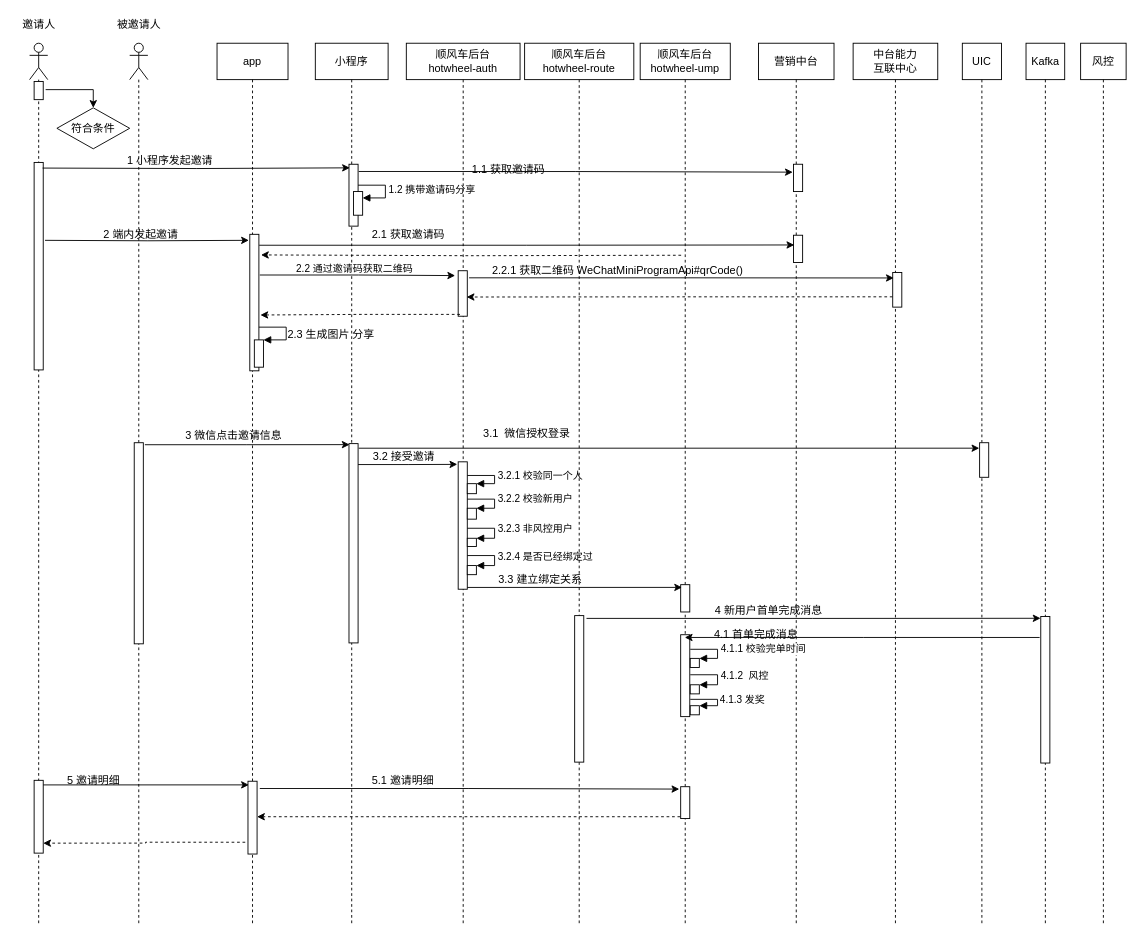
Before: page "乘客拉新活动邀请2.11" (15 of 16) of Untitled Diagram.drawio in liufuchen88/test2, a draw.io diagram. Source tidied: cells renumbered, new cells numbered last; positions are measured from the earlier drawing's top-left corner, leaving out a move shared by most shapes. Both pictures are drawn from the tidied source at 91%, with x=0, y=0 at pixel (15, 15).
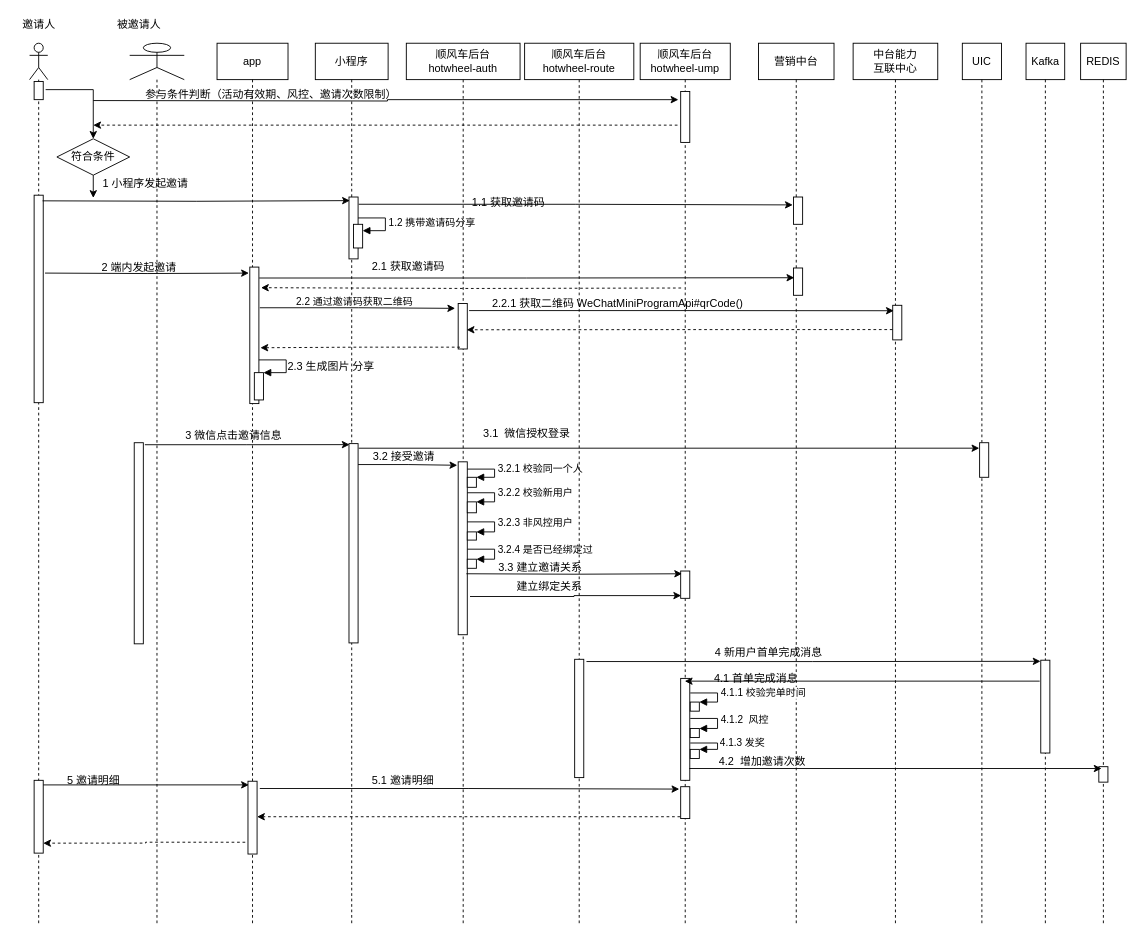
Above is the later version.

The change refers to these unchanged cells:
```xml
<mxCell id="2" style="shape=umlLifeline;participant=umlActor;perimeter=lifelinePerimeter;whiteSpace=wrap;html=1;verticalAlign=top;spacingTop=36;" parent="1" vertex="1">
  <mxGeometry x="15" y="30" width="20" height="970" as="geometry" />
</mxCell>
<mxCell id="10" value="app" style="shape=umlLifeline;perimeter=lifelinePerimeter;whiteSpace=wrap;html=1;" parent="1" vertex="1">
  <mxGeometry x="221" y="30" width="78" height="970" as="geometry" />
</mxCell>
<mxCell id="15" value="小程序" style="shape=umlLifeline;perimeter=lifelinePerimeter;whiteSpace=wrap;html=1;" parent="1" vertex="1">
  <mxGeometry x="329" y="30" width="80" height="970" as="geometry" />
</mxCell>
<mxCell id="21" value="顺风车后台&lt;br&gt;hotwheel-auth" style="shape=umlLifeline;perimeter=lifelinePerimeter;whiteSpace=wrap;html=1;" parent="1" vertex="1">
  <mxGeometry x="429" y="30" width="125" height="970" as="geometry" />
</mxCell>
<mxCell id="32" value="顺风车后台&lt;br&gt;hotwheel-route" style="shape=umlLifeline;perimeter=lifelinePerimeter;whiteSpace=wrap;html=1;" parent="1" vertex="1">
  <mxGeometry x="559" y="30" width="120" height="970" as="geometry" />
</mxCell>
<mxCell id="34" value="营销中台" style="shape=umlLifeline;perimeter=lifelinePerimeter;whiteSpace=wrap;html=1;" parent="1" vertex="1">
  <mxGeometry x="816" y="30" width="83" height="970" as="geometry" />
</mxCell>
<mxCell id="37" value="中台能力&lt;br&gt;互联中心" style="shape=umlLifeline;perimeter=lifelinePerimeter;whiteSpace=wrap;html=1;" parent="1" vertex="1">
  <mxGeometry x="920" y="30" width="93" height="970" as="geometry" />
</mxCell>
<mxCell id="41" value="Kafka" style="shape=umlLifeline;perimeter=lifelinePerimeter;whiteSpace=wrap;html=1;" parent="1" vertex="1">
  <mxGeometry x="1110" y="30" width="42.5" height="970" as="geometry" />
</mxCell>
<mxCell id="67" value="顺风车后台&lt;br&gt;hotwheel-ump" style="shape=umlLifeline;perimeter=lifelinePerimeter;whiteSpace=wrap;html=1;" parent="1" vertex="1">
  <mxGeometry x="686" y="30" width="99" height="970" as="geometry" />
</mxCell>
```

What changed in the source:
```diff
@@
     <mxCell id="3" style="html=1;perimeter=orthogonalPerimeter;" parent="2" vertex="1">
-      <mxGeometry x="5" y="131" width="10" height="228" as="geometry" />
+      <mxGeometry x="5" y="167" width="10" height="228" as="geometry" />
     </mxCell>
@@
     <mxCell id="7" style="shape=umlLifeline;participant=umlActor;perimeter=lifelinePerimeter;whiteSpace=wrap;html=1;verticalAlign=top;spacingTop=36;" parent="1" vertex="1">
-      <mxGeometry x="125" y="30" width="20" height="970" as="geometry" />
+      <mxGeometry x="125" y="30" width="60" height="970" as="geometry" />
     </mxCell>
@@
+    <mxCell id="49" value="2 端内发起邀请" style="text;html=1;align=center;verticalAlign=middle;strokeColor=none;fillColor=none;" parent="7" vertex="1">
+      <mxGeometry x="-40" y="237" width="100" height="20" as="geometry" />
+    </mxCell>
@@
     <mxCell id="11" style="html=1;points=[];perimeter=orthogonalPerimeter;" parent="10" vertex="1">
-      <mxGeometry x="36" y="210" width="10" height="150" as="geometry" />
+      <mxGeometry x="36" y="246" width="10" height="150" as="geometry" />
     </mxCell>
     <mxCell id="12" style="html=1;points=[];perimeter=orthogonalPerimeter;" parent="10" vertex="1">
-      <mxGeometry x="41" y="326" width="10" height="30" as="geometry" />
+      <mxGeometry x="41" y="362" width="10" height="30" as="geometry" />
     </mxCell>
     <mxCell id="13" style="edgeStyle=orthogonalEdgeStyle;html=1;align=left;spacingLeft=2;endArrow=block;rounded=0;entryX=1;entryY=0;" parent="10" edge="1" target="12">
       <mxGeometry relative="1" as="geometry">
-        <mxPoint x="46" y="312" as="sourcePoint" />
+        <mxPoint x="46" y="348" as="sourcePoint" />
         <Array as="points">
-          <mxPoint x="76" y="312" />
+          <mxPoint x="76" y="348" />
         </Array>
       </mxGeometry>
     </mxCell>
@@
     <mxCell id="16" style="html=1;points=[];perimeter=orthogonalPerimeter;" parent="15" vertex="1">
-      <mxGeometry x="37" y="133" width="10" height="68" as="geometry" />
+      <mxGeometry x="37" y="169" width="10" height="68" as="geometry" />
     </mxCell>
     <mxCell id="17" style="html=1;perimeter=orthogonalPerimeter;" parent="15" vertex="1">
-      <mxGeometry x="42" y="163" width="10" height="26" as="geometry" />
+      <mxGeometry x="42" y="199" width="10" height="26" as="geometry" />
     </mxCell>
     <mxCell id="18" value="1.2 携带邀请码分享" style="edgeStyle=orthogonalEdgeStyle;html=1;align=left;spacingLeft=2;endArrow=block;rounded=0;entryX=1;entryY=0;" parent="15" edge="1">
       <mxGeometry relative="1" as="geometry">
-        <mxPoint x="47" y="156" as="sourcePoint" />
-        <mxPoint x="52" y="170" as="targetPoint" />
+        <mxPoint x="47" y="192" as="sourcePoint" />
+        <mxPoint x="52" y="206" as="targetPoint" />
         <Array as="points">
-          <mxPoint x="77" y="156" />
+          <mxPoint x="77" y="192" />
         </Array>
       </mxGeometry>
     </mxCell>
     <mxCell id="19" value="2.3 生成图片 分享" style="text;html=1;align=center;verticalAlign=middle;strokeColor=none;fillColor=none;" parent="15" vertex="1">
-      <mxGeometry x="-38" y="310" width="110" height="20" as="geometry" />
+      <mxGeometry x="-38" y="346" width="110" height="20" as="geometry" />
     </mxCell>
@@
     <mxCell id="22" style="html=1;points=[];perimeter=orthogonalPerimeter;" parent="21" vertex="1">
-      <mxGeometry x="57" y="250" width="10" height="50" as="geometry" />
+      <mxGeometry x="57" y="286" width="10" height="50" as="geometry" />
     </mxCell>
     <mxCell id="23" style="html=1;points=[];perimeter=orthogonalPerimeter;" parent="21" vertex="1">
-      <mxGeometry x="57" y="460" width="10" height="140" as="geometry" />
+      <mxGeometry x="57" y="460" width="10" height="190" as="geometry" />
     </mxCell>
     <mxCell id="24" style="html=1;points=[];perimeter=orthogonalPerimeter;" parent="21" vertex="1">
-      <mxGeometry x="67" y="484" width="10" height="11" as="geometry" />
+      <mxGeometry x="67" y="477" width="10" height="11" as="geometry" />
     </mxCell>
     <mxCell id="25" value="3.2.1 校验同一个人" style="edgeStyle=orthogonalEdgeStyle;html=1;align=left;spacingLeft=2;endArrow=block;rounded=0;entryX=1;entryY=0;" parent="21" edge="1" target="24">
       <mxGeometry relative="1" as="geometry">
-        <mxPoint x="67" y="475" as="sourcePoint" />
+        <mxPoint x="67" y="468" as="sourcePoint" />
         <Array as="points">
-          <mxPoint x="97" y="475" />
+          <mxPoint x="97" y="468" />
         </Array>
       </mxGeometry>
     </mxCell>
     <mxCell id="26" style="html=1;points=[];perimeter=orthogonalPerimeter;" parent="21" vertex="1">
-      <mxGeometry x="67" y="511" width="10" height="12" as="geometry" />
+      <mxGeometry x="67" y="504" width="10" height="12" as="geometry" />
     </mxCell>
     <mxCell id="27" value="3.2.2 校验新用户" style="edgeStyle=orthogonalEdgeStyle;html=1;align=left;spacingLeft=2;endArrow=block;rounded=0;entryX=1;entryY=0;" parent="21" edge="1" target="26">
       <mxGeometry relative="1" as="geometry">
-        <mxPoint x="67" y="501" as="sourcePoint" />
+        <mxPoint x="67" y="494" as="sourcePoint" />
         <Array as="points">
-          <mxPoint x="97" y="501" />
+          <mxPoint x="97" y="494" />
         </Array>
       </mxGeometry>
     </mxCell>
     <mxCell id="28" style="html=1;points=[];perimeter=orthogonalPerimeter;" parent="21" vertex="1">
-      <mxGeometry x="67" y="544" width="10" height="9" as="geometry" />
+      <mxGeometry x="67" y="537" width="10" height="9" as="geometry" />
     </mxCell>
     <mxCell id="29" value="3.2.3 非风控用户" style="edgeStyle=orthogonalEdgeStyle;html=1;align=left;spacingLeft=2;endArrow=block;rounded=0;entryX=1;entryY=0;" parent="21" edge="1" target="28">
       <mxGeometry relative="1" as="geometry">
-        <mxPoint x="67" y="533" as="sourcePoint" />
+        <mxPoint x="67" y="526" as="sourcePoint" />
         <Array as="points">
-          <mxPoint x="97" y="533" />
+          <mxPoint x="97" y="526" />
         </Array>
       </mxGeometry>
     </mxCell>
     <mxCell id="30" style="html=1;points=[];perimeter=orthogonalPerimeter;" parent="21" vertex="1">
-      <mxGeometry x="67" y="574" width="10" height="10" as="geometry" />
+      <mxGeometry x="67" y="567" width="10" height="10" as="geometry" />
     </mxCell>
     <mxCell id="31" value="3.2.4 是否已经绑定过" style="edgeStyle=orthogonalEdgeStyle;html=1;align=left;spacingLeft=2;endArrow=block;rounded=0;entryX=1;entryY=0;" parent="21" edge="1" target="30">
       <mxGeometry relative="1" as="geometry">
-        <mxPoint x="67" y="563" as="sourcePoint" />
+        <mxPoint x="67" y="556" as="sourcePoint" />
         <Array as="points">
-          <mxPoint x="97" y="563" />
+          <mxPoint x="97" y="556" />
         </Array>
       </mxGeometry>
     </mxCell>
@@
     <mxCell id="33" style="html=1;points=[];perimeter=orthogonalPerimeter;" parent="32" vertex="1">
-      <mxGeometry x="55" y="629" width="10" height="161" as="geometry" />
+      <mxGeometry x="55" y="677" width="10" height="130" as="geometry" />
     </mxCell>
+    <mxCell id="74" value="3.3 建立邀请关系" style="text;html=1;align=center;verticalAlign=middle;strokeColor=none;fillColor=none;" parent="32" vertex="1">
+      <mxGeometry x="-38" y="567" width="110" height="20" as="geometry" />
+    </mxCell>
+    <mxCell id="89" value="&amp;nbsp; &amp;nbsp; &amp;nbsp; 建立绑定关系" style="text;html=1;align=center;verticalAlign=middle;strokeColor=none;fillColor=none;" parent="32" vertex="1">
+      <mxGeometry x="-38" y="587" width="110" height="20" as="geometry" />
+    </mxCell>
@@
     <mxCell id="35" style="html=1;points=[];perimeter=orthogonalPerimeter;" parent="34" vertex="1">
-      <mxGeometry x="38.5" y="133" width="10" height="30" as="geometry" />
+      <mxGeometry x="38.5" y="169" width="10" height="30" as="geometry" />
     </mxCell>
     <mxCell id="36" style="html=1;points=[];perimeter=orthogonalPerimeter;" parent="34" vertex="1">
-      <mxGeometry x="38.5" y="211" width="10" height="30" as="geometry" />
+      <mxGeometry x="38.5" y="247" width="10" height="30" as="geometry" />
     </mxCell>
+    <mxCell id="76" value="4 新用户首单完成消息" style="text;html=1;align=center;verticalAlign=middle;strokeColor=none;fillColor=none;" parent="34" vertex="1">
+      <mxGeometry x="-54" y="660" width="130" height="20" as="geometry" />
+    </mxCell>
@@
     <mxCell id="38" style="html=1;points=[];perimeter=orthogonalPerimeter;" parent="37" vertex="1">
-      <mxGeometry x="43.5" y="252" width="10" height="38" as="geometry" />
+      <mxGeometry x="43.5" y="288" width="10" height="38" as="geometry" />
     </mxCell>
@@
     <mxCell id="42" style="html=1;points=[];perimeter=orthogonalPerimeter;" parent="41" vertex="1">
-      <mxGeometry x="16.2" y="630" width="10" height="161" as="geometry" />
+      <mxGeometry x="16.2" y="678" width="10" height="102" as="geometry" />
     </mxCell>
-    <mxCell id="43" value="风控" style="shape=umlLifeline;perimeter=lifelinePerimeter;whiteSpace=wrap;html=1;" parent="1" vertex="1">
+    <mxCell id="43" value="REDIS" style="shape=umlLifeline;perimeter=lifelinePerimeter;whiteSpace=wrap;html=1;" parent="1" vertex="1">
       <mxGeometry x="1170" y="30" width="50" height="970" as="geometry" />
     </mxCell>
+    <mxCell id="90" style="html=1;points=[];perimeter=orthogonalPerimeter;" parent="43" vertex="1">
+      <mxGeometry x="20" y="795" width="10" height="17" as="geometry" />
+    </mxCell>
     <mxCell id="44" style="edgeStyle=orthogonalEdgeStyle;rounded=0;jettySize=auto;html=1;entryX=0.1;entryY=0.058;entryDx=0;entryDy=0;entryPerimeter=0;exitX=0.933;exitY=0.023;exitDx=0;exitDy=0;exitPerimeter=0;" parent="1" edge="1" target="16">
       <mxGeometry relative="1" as="geometry">
-        <mxPoint x="29.3" y="167.2" as="sourcePoint" />
+        <mxPoint x="29.3" y="203.2" as="sourcePoint" />
       </mxGeometry>
     </mxCell>
@@
     <mxCell id="46" value="1 小程序发起邀请" style="text;html=1;align=center;verticalAlign=middle;strokeColor=none;fillColor=none;" parent="1" vertex="1">
-      <mxGeometry x="114" y="149" width="110" height="20" as="geometry" />
+      <mxGeometry x="87" y="175" width="110" height="20" as="geometry" />
     </mxCell>
     <mxCell id="47" value="1.1 获取邀请码" style="text;html=1;align=center;verticalAlign=middle;strokeColor=none;fillColor=none;" parent="1" vertex="1">
-      <mxGeometry x="491" y="159" width="100" height="20" as="geometry" />
+      <mxGeometry x="491" y="195" width="100" height="20" as="geometry" />
     </mxCell>
     <mxCell id="48" style="edgeStyle=orthogonalEdgeStyle;rounded=0;jettySize=auto;html=1;entryX=-0.1;entryY=0.044;entryDx=0;entryDy=0;entryPerimeter=0;exitX=1.2;exitY=0.371;exitDx=0;exitDy=0;exitPerimeter=0;" parent="1" edge="1" target="11">
       <mxGeometry relative="1" as="geometry">
-        <mxPoint x="32" y="246.6" as="sourcePoint" />
+        <mxPoint x="32" y="282.6" as="sourcePoint" />
       </mxGeometry>
     </mxCell>
-    <mxCell id="49" value="2 端内发起邀请" style="text;html=1;align=center;verticalAlign=middle;strokeColor=none;fillColor=none;" parent="1" vertex="1">
-      <mxGeometry x="87" y="230" width="100" height="20" as="geometry" />
-    </mxCell>
@@
     <mxCell id="51" value="2.1 获取邀请码" style="text;html=1;align=center;verticalAlign=middle;strokeColor=none;fillColor=none;" parent="1" vertex="1">
-      <mxGeometry x="381" y="230" width="100" height="20" as="geometry" />
+      <mxGeometry x="381" y="266" width="100" height="20" as="geometry" />
     </mxCell>
     <mxCell id="52" style="edgeStyle=orthogonalEdgeStyle;rounded=0;jettySize=auto;html=1;entryX=1.233;entryY=0.151;entryDx=0;entryDy=0;entryPerimeter=0;dashed=1;" parent="1" edge="1" target="11">
       <mxGeometry relative="1" as="geometry">
-        <mxPoint x="731" y="263" as="sourcePoint" />
+        <mxPoint x="731" y="299" as="sourcePoint" />
       </mxGeometry>
     </mxCell>
@@
     <mxCell id="54" value="&lt;span style=&quot;font-size: 11px ; background-color: rgb(255 , 255 , 255)&quot;&gt;2.2 通过邀请码获取二维码&lt;/span&gt;" style="text;html=1;align=center;verticalAlign=middle;strokeColor=none;fillColor=none;" parent="1" vertex="1">
-      <mxGeometry x="292" y="268" width="160" height="20" as="geometry" />
+      <mxGeometry x="292" y="304" width="160" height="20" as="geometry" />
     </mxCell>
@@
     <mxCell id="57" value="2.2.1 获取二维码 WeChatMiniProgramApi#qrCode()" style="text;html=1;align=center;verticalAlign=middle;strokeColor=none;fillColor=none;" parent="1" vertex="1">
-      <mxGeometry x="516" y="270" width="290" height="20" as="geometry" />
+      <mxGeometry x="516" y="306" width="290" height="20" as="geometry" />
     </mxCell>
@@
+    <mxCell id="91" style="edgeStyle=orthogonalEdgeStyle;rounded=0;jettySize=auto;html=1;entryX=-0.25;entryY=0.161;entryDx=0;entryDy=0;entryPerimeter=0;" parent="1" edge="1" target="93">
+      <mxGeometry relative="1" as="geometry">
+        <mxPoint x="85" y="93" as="sourcePoint" />
+      </mxGeometry>
+    </mxCell>
+    <mxCell id="92" style="edgeStyle=orthogonalEdgeStyle;rounded=0;jettySize=auto;html=1;" parent="1" edge="1" source="63">
+      <mxGeometry relative="1" as="geometry">
+        <mxPoint x="85" y="200" as="targetPoint" />
+      </mxGeometry>
+    </mxCell>
     <mxCell id="63" value="符合条件" style="rhombus;whiteSpace=wrap;html=1;" parent="1" vertex="1">
-      <mxGeometry x="45" y="101" width="80" height="45" as="geometry" />
+      <mxGeometry x="45" y="135" width="80" height="40" as="geometry" />
     </mxCell>
@@
     <mxCell id="68" style="html=1;points=[];perimeter=orthogonalPerimeter;" parent="67" vertex="1">
-      <mxGeometry x="44.5" y="595" width="10" height="30" as="geometry" />
+      <mxGeometry x="44.5" y="580" width="10" height="30" as="geometry" />
     </mxCell>
     <mxCell id="69" style="html=1;points=[];perimeter=orthogonalPerimeter;" parent="67" vertex="1">
-      <mxGeometry x="44.5" y="650" width="10" height="90" as="geometry" />
+      <mxGeometry x="44.5" y="698" width="10" height="112" as="geometry" />
     </mxCell>
     <mxCell id="70" style="html=1;points=[];perimeter=orthogonalPerimeter;" parent="67" vertex="1">
-      <mxGeometry x="55" y="676" width="10" height="10" as="geometry" />
+      <mxGeometry x="55" y="724" width="10" height="10" as="geometry" />
     </mxCell>
     <mxCell id="71" value="4.1.1 校验完单时间" style="edgeStyle=orthogonalEdgeStyle;html=1;align=left;spacingLeft=2;endArrow=block;rounded=0;entryX=1;entryY=0;" parent="67" edge="1" target="70">
       <mxGeometry relative="1" as="geometry">
-        <mxPoint x="55" y="666" as="sourcePoint" />
+        <mxPoint x="55" y="714" as="sourcePoint" />
         <Array as="points">
-          <mxPoint x="85" y="666" />
+          <mxPoint x="85" y="714" />
         </Array>
       </mxGeometry>
     </mxCell>
@@
+    <mxCell id="93" style="html=1;points=[];perimeter=orthogonalPerimeter;" parent="67" vertex="1">
+      <mxGeometry x="44.5" y="53" width="10" height="56" as="geometry" />
+    </mxCell>
-    <mxCell id="73" style="edgeStyle=orthogonalEdgeStyle;rounded=0;jettySize=auto;html=1;exitX=1;exitY=0.986;exitDx=0;exitDy=0;exitPerimeter=0;entryX=0.15;entryY=0.1;entryDx=0;entryDy=0;entryPerimeter=0;" parent="1" edge="1" source="23" target="68">
-      <mxGeometry relative="1" as="geometry" />
+    <mxCell id="73" style="edgeStyle=orthogonalEdgeStyle;rounded=0;jettySize=auto;html=1;entryX=0.15;entryY=0.1;entryDx=0;entryDy=0;entryPerimeter=0;" parent="1" edge="1" target="68">
+      <mxGeometry relative="1" as="geometry">
+        <mxPoint x="495" y="613" as="sourcePoint" />
+      </mxGeometry>
     </mxCell>
-    <mxCell id="74" value="3.3 建立绑定关系" style="text;html=1;align=center;verticalAlign=middle;strokeColor=none;fillColor=none;" parent="1" vertex="1">
-      <mxGeometry x="521" y="610" width="110" height="20" as="geometry" />
-    </mxCell>
@@
-    <mxCell id="76" value="4 新用户首单完成消息" style="text;html=1;align=center;verticalAlign=middle;strokeColor=none;fillColor=none;" parent="1" vertex="1">
-      <mxGeometry x="762" y="644" width="130" height="20" as="geometry" />
-    </mxCell>
-    <mxCell id="77" style="edgeStyle=orthogonalEdgeStyle;rounded=0;jettySize=auto;html=1;exitX=-0.125;exitY=0.143;exitDx=0;exitDy=0;exitPerimeter=0;" parent="1" edge="1" source="42">
+    <mxCell id="77" style="edgeStyle=orthogonalEdgeStyle;rounded=0;orthogonalLoop=1;jettySize=auto;html=1;" parent="1" edge="1">
       <mxGeometry relative="1" as="geometry">
-        <mxPoint x="735" y="683" as="targetPoint" />
+        <mxPoint x="1125" y="731" as="sourcePoint" />
+        <mxPoint x="735" y="731" as="targetPoint" />
       </mxGeometry>
     </mxCell>
     <mxCell id="78" value="4.1 首单完成消息" style="text;html=1;align=center;verticalAlign=middle;strokeColor=none;fillColor=none;" parent="1" vertex="1">
-      <mxGeometry x="758" y="670" width="110" height="20" as="geometry" />
+      <mxGeometry x="758" y="718" width="110" height="20" as="geometry" />
     </mxCell>
     <mxCell id="79" style="html=1;points=[];perimeter=orthogonalPerimeter;" parent="1" vertex="1">
-      <mxGeometry x="741" y="735" width="10" height="10" as="geometry" />
+      <mxGeometry x="741" y="783" width="10" height="10" as="geometry" />
     </mxCell>
     <mxCell id="80" value="4.1.2&amp;nbsp; 风控" style="edgeStyle=orthogonalEdgeStyle;html=1;align=left;spacingLeft=2;endArrow=block;rounded=0;entryX=1;entryY=0;" parent="1" edge="1" target="79">
       <mxGeometry relative="1" as="geometry">
-        <mxPoint x="741" y="724" as="sourcePoint" />
+        <mxPoint x="741" y="772" as="sourcePoint" />
         <Array as="points">
-          <mxPoint x="771" y="724" />
+          <mxPoint x="771" y="772" />
         </Array>
       </mxGeometry>
     </mxCell>
     <mxCell id="81" style="html=1;points=[];perimeter=orthogonalPerimeter;" parent="1" vertex="1">
-      <mxGeometry x="741" y="758" width="10" height="10" as="geometry" />
+      <mxGeometry x="741" y="806" width="10" height="10" as="geometry" />
     </mxCell>
     <mxCell id="82" value="4.1.3 发奖" style="edgeStyle=orthogonalEdgeStyle;html=1;align=left;spacingLeft=2;endArrow=block;rounded=0;entryX=1;entryY=0;" parent="1" edge="1" target="81">
       <mxGeometry relative="1" as="geometry">
-        <mxPoint x="741" y="751" as="sourcePoint" />
+        <mxPoint x="741" y="799" as="sourcePoint" />
         <Array as="points">
-          <mxPoint x="771" y="751" />
+          <mxPoint x="771" y="799" />
         </Array>
       </mxGeometry>
     </mxCell>
@@
+    <mxCell id="94" style="edgeStyle=orthogonalEdgeStyle;rounded=0;jettySize=auto;html=1;entryX=0.05;entryY=0.9;entryDx=0;entryDy=0;entryPerimeter=0;exitX=1.3;exitY=0.779;exitDx=0;exitDy=0;exitPerimeter=0;" parent="1" edge="1" source="23" target="68">
+      <mxGeometry relative="1" as="geometry" />
+    </mxCell>
+    <mxCell id="95" style="edgeStyle=orthogonalEdgeStyle;rounded=0;jettySize=auto;html=1;entryX=0.3;entryY=0.118;entryDx=0;entryDy=0;entryPerimeter=0;exitX=0.95;exitY=0.884;exitDx=0;exitDy=0;exitPerimeter=0;" parent="1" edge="1" source="69" target="90">
+      <mxGeometry relative="1" as="geometry" />
+    </mxCell>
+    <mxCell id="96" value="&amp;nbsp; &amp;nbsp; &amp;nbsp; &amp;nbsp; &amp;nbsp; &amp;nbsp; &amp;nbsp; &amp;nbsp; &amp;nbsp; &amp;nbsp; &amp;nbsp;4.2&amp;nbsp; 增加邀请次数&amp;nbsp; &amp;nbsp; &amp;nbsp;&amp;nbsp;" style="text;html=1;align=center;verticalAlign=middle;strokeColor=none;fillColor=none;" parent="1" vertex="1">
+      <mxGeometry x="695" y="810" width="200" height="20" as="geometry" />
+    </mxCell>
+    <mxCell id="97" style="edgeStyle=orthogonalEdgeStyle;rounded=0;jettySize=auto;html=1;exitX=-0.35;exitY=0.661;exitDx=0;exitDy=0;exitPerimeter=0;dashed=1;" parent="1" edge="1" source="93">
+      <mxGeometry relative="1" as="geometry">
+        <mxPoint x="85" y="120" as="targetPoint" />
+      </mxGeometry>
+    </mxCell>
+    <mxCell id="98" value="参与条件判断（活动有效期、风控、邀请次数限制）" style="text;html=1;align=center;verticalAlign=middle;strokeColor=none;fillColor=none;" parent="1" vertex="1">
+      <mxGeometry x="135" y="77" width="290" height="20" as="geometry" />
+    </mxCell>
```
